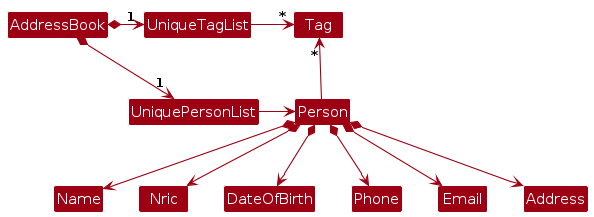
Earlier version of the PlantUML export diagrams/BetterModelClassDiagram.png (AY2324S2-CS2103T-F10-3/tp). Its source is kept beside it as diagrams/BetterModelClassDiagram.puml.
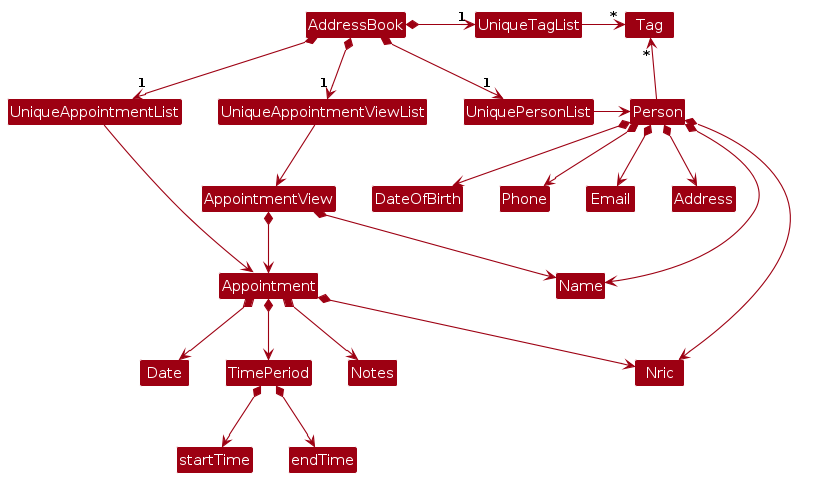
The same file after the commit.

Diff of the diagram source:
```diff
@@ -6,11 +6,15 @@
 
 AddressBook *-right-> "1" UniquePersonList
 AddressBook *-right-> "1" UniqueTagList
+AddressBook *-down-> "1" UniqueAppointmentList
+AddressBook *-down-> "1" UniqueAppointmentViewList
 UniqueTagList -[hidden]down- UniquePersonList
 UniqueTagList -[hidden]down- UniquePersonList
 
 UniqueTagList -right-> "*" Tag
 UniquePersonList -right-> Person
+UniqueAppointmentList -down-> Appointment
+UniqueAppointmentViewList -down-> AppointmentView
 
 Person -up-> "*" Tag
 
@@ -20,4 +24,16 @@
 Person *--> Phone
 Person *--> Email
 Person *--> Address
+
+Appointment *--> Nric
+Appointment *--> Date
+Appointment *--> TimePeriod
+Appointment *--> Notes
+
+AppointmentView *--> Name
+AppointmentView *--> Appointment
+
+TimePeriod *--> startTime
+TimePeriod *--> endTime
+
 @enduml
```
